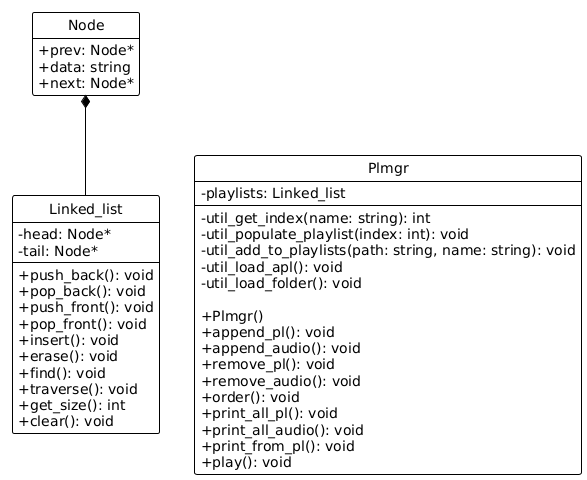
This is uml/uml.png from ahmedabdullah-o/QuranPlayer-TTY, a PlantUML export, as it was before one commit.
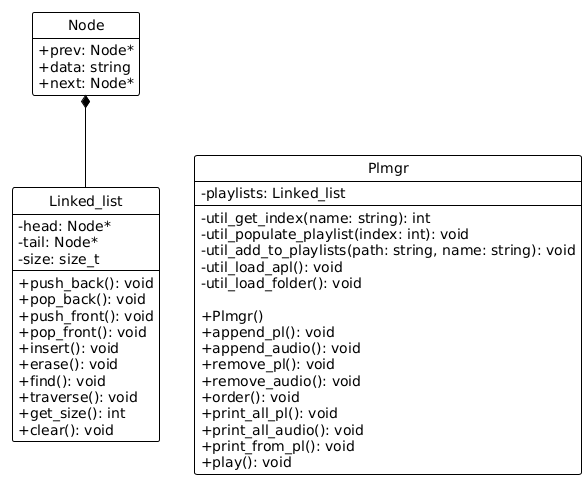
The same diagram one commit later.

The edit, as a diff of the source:
```diff
@@ -12,6 +12,7 @@
 class Linked_list{
     -head: Node*
     -tail: Node*
+    -size: size_t
 
     +push_back(): void
     +pop_back(): void
```
